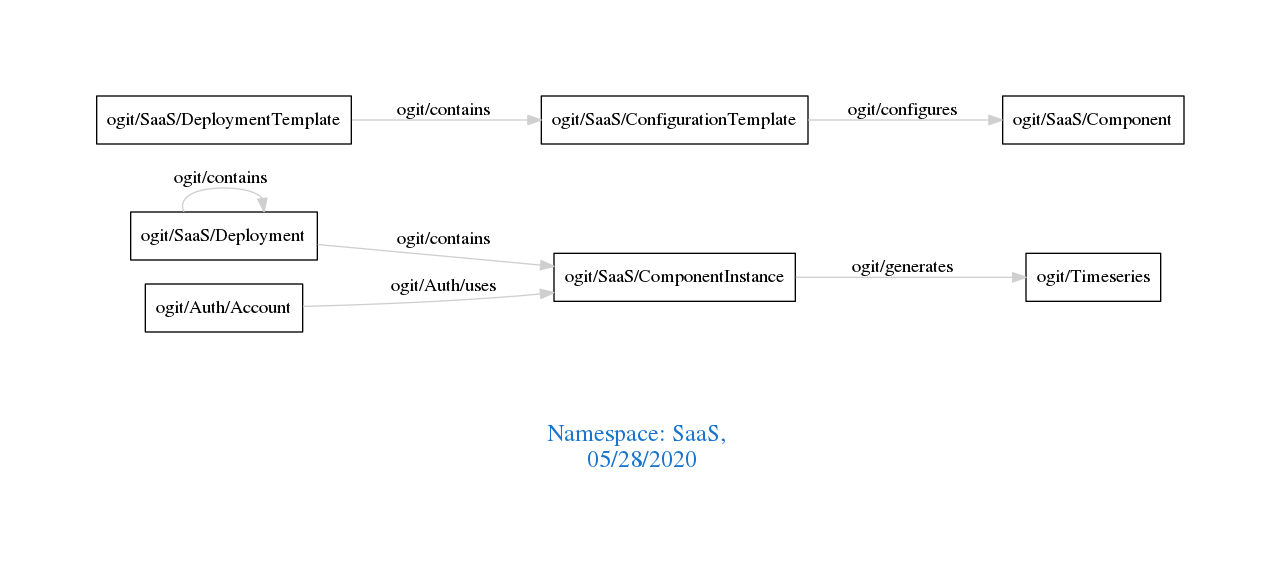
This is downloads/SaaS.png from arago/OGIT, a Graphviz export, as it was before one commit. Its source is kept beside it as downloads/SaaS.dot.
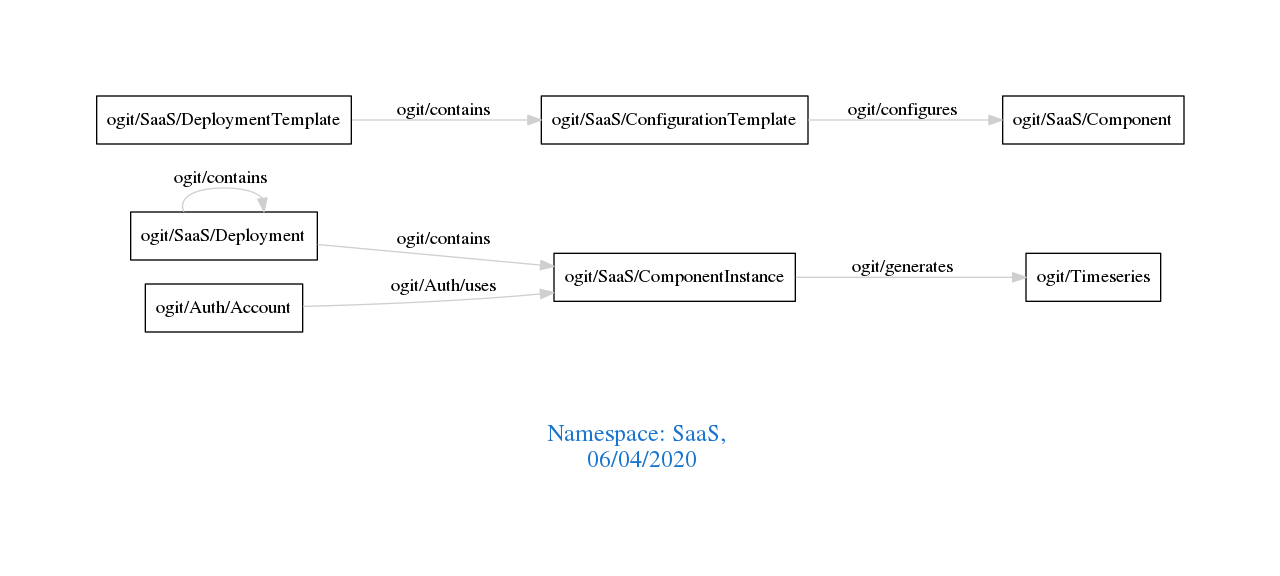
The same file after the commit.

The edit, as a diff of the source:
```diff
@@ -1,7 +1,7 @@
 digraph OGIT_ontology {
  graph [ rankdir= LR,pad=1
 fontsize = 18,
-fontcolor= dodgerblue3,label = "\n\n\nNamespace: SaaS, \n 05/28/2020"];
+fontcolor= dodgerblue3,label = "\n\n\nNamespace: SaaS, \n 06/04/2020"];
 node[shape=polygon];
 edge [  color="gray81"];
 
```
